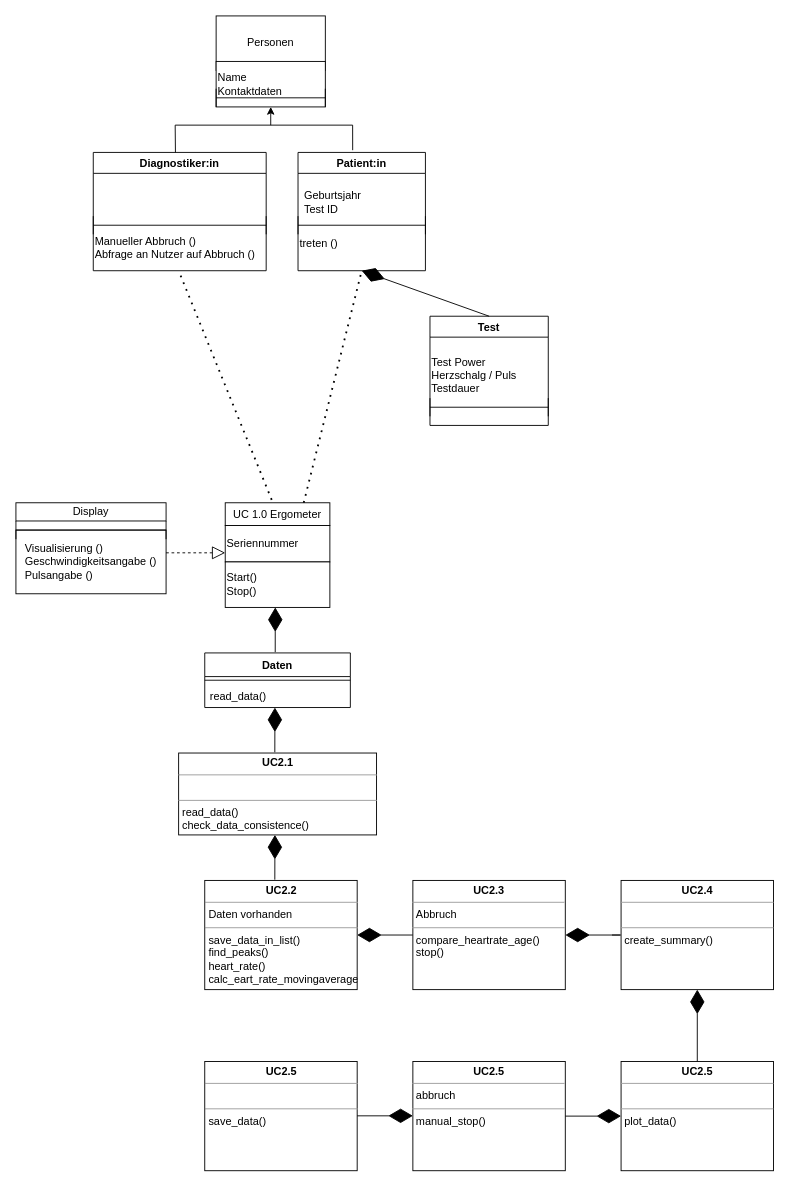
Above: PÜ3/UMLDiagram.drawio in lillinml/MCI-MSE_Aufgaben (draw.io), before the change. Source tidied: cells renumbered, new cells numbered last; positions are measured from the earlier drawing's top-left corner, leaving out a move shared by most shapes. Both pictures are drawn from the tidied source at 91%, with x=0, y=0 at pixel (15, 15).
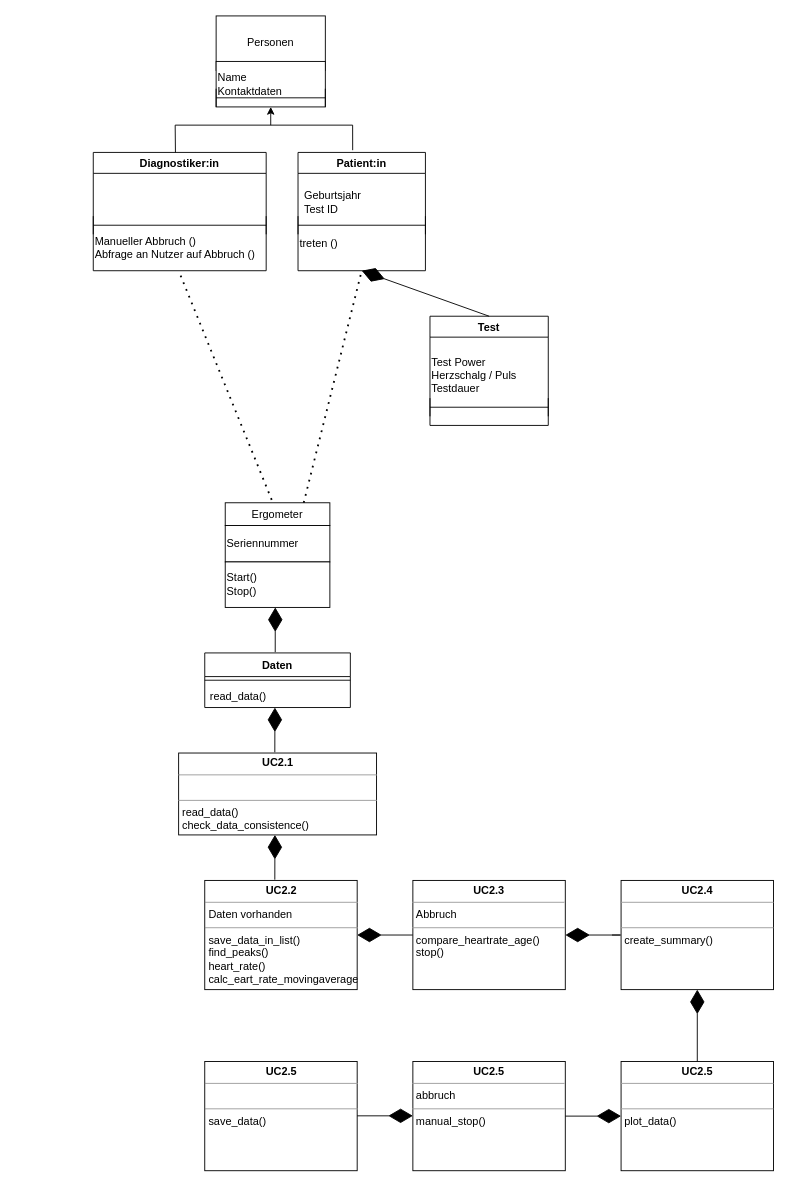
After the change.

The edit, as a diff of the source:
```diff
@@
-    <mxCell id="15" value="UC 1.0 Ergometer" style="rounded=0;whiteSpace=wrap;html=1;" parent="1" vertex="1">
+    <mxCell id="15" value="Ergometer" style="rounded=0;whiteSpace=wrap;html=1;" parent="1" vertex="1">
       <mxGeometry x="230" y="535" width="115" height="25" as="geometry" />
     </mxCell>
@@
-    <mxCell id="17" value="Display" style="rounded=0;whiteSpace=wrap;html=1;" parent="1" vertex="1">
-      <mxGeometry y="535" width="165" height="20" as="geometry" />
-    </mxCell>
-    <mxCell id="18" value="&lt;div style=&quot;text-align: left&quot;&gt;&lt;span&gt;Visualisierung ()&lt;/span&gt;&lt;/div&gt;Geschwindigkeitsangabe ()&lt;br&gt;&lt;div style=&quot;text-align: left&quot;&gt;&lt;span&gt;Pulsangabe ()&lt;/span&gt;&lt;/div&gt;" style="rounded=0;whiteSpace=wrap;html=1;" parent="1" vertex="1">
-      <mxGeometry y="565" width="165" height="70" as="geometry" />
-    </mxCell>
@@
-    <mxCell id="25" style="shape=crossbar;whiteSpace=wrap;html=1;rounded=1;shadow=0;" parent="1" vertex="1">
-      <mxGeometry y="555" width="165" height="20" as="geometry" />
-    </mxCell>
@@
-    <mxCell id="48" style="endArrow=block;dashed=1;endFill=0;endSize=12;html=1;" parent="1" edge="1">
-      <mxGeometry relative="1" as="geometry">
-        <mxPoint x="165" y="590" as="sourcePoint" />
-        <mxPoint x="230" y="590" as="targetPoint" />
-      </mxGeometry>
-    </mxCell>
```
